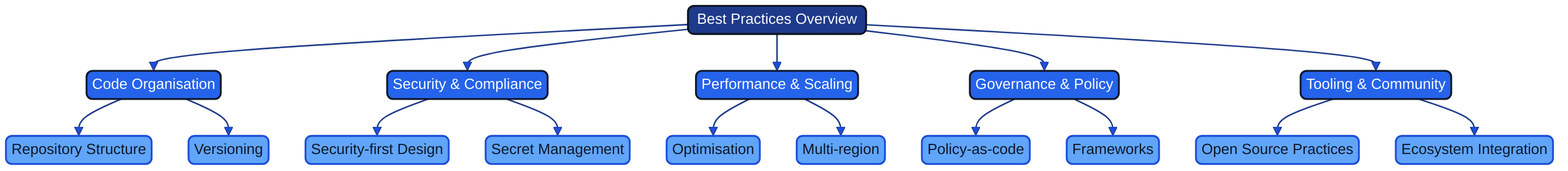
Earlier version of the Mermaid export docs/images/mindmap_22_best_practices.png (Geonitab/architecture_as_code). Its source is kept beside it as docs/images/mindmap_22_best_practices.mmd.
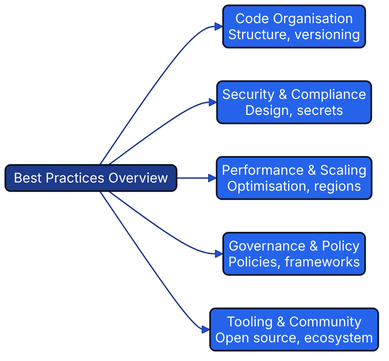
After the commit.

Diff of the diagram source:
```diff
@@ -1,17 +1,12 @@
-graph TD
+flowchart LR
     ROOT(["Best Practices Overview"]):::geon-primary
-    ROOT --> CO["Code Organisation"]:::geon-accent
-    ROOT --> SC["Security & Compliance"]:::geon-accent
-    ROOT --> PS["Performance & Scaling"]:::geon-accent
-    ROOT --> GP["Governance & Policy"]:::geon-accent
-    ROOT --> TC["Tooling & Community"]:::geon-accent
-    CO --> CO1["Repository Structure"]:::geon-highlight
-    CO --> CO2["Versioning"]:::geon-highlight
-    SC --> SC1["Security-first Design"]:::geon-highlight
-    SC --> SC2["Secret Management"]:::geon-highlight
-    PS --> PS1["Optimisation"]:::geon-highlight
-    PS --> PS2["Multi-region"]:::geon-highlight
-    GP --> GP1["Policy-as-code"]:::geon-highlight
-    GP --> GP2["Frameworks"]:::geon-highlight
-    TC --> TC1["Open Source Practices"]:::geon-highlight
-    TC --> TC2["Ecosystem Integration"]:::geon-highlight
+    CO["Code Organisation<br/>Structure, versioning"]:::geon-accent
+    SC["Security & Compliance<br/>Design, secrets"]:::geon-accent
+    PS["Performance & Scaling<br/>Optimisation, regions"]:::geon-accent
+    GP["Governance & Policy<br/>Policies, frameworks"]:::geon-accent
+    TC["Tooling & Community<br/>Open source, ecosystem"]:::geon-accent
+    ROOT --> CO
+    ROOT --> SC
+    ROOT --> PS
+    ROOT --> GP
+    ROOT --> TC
```
